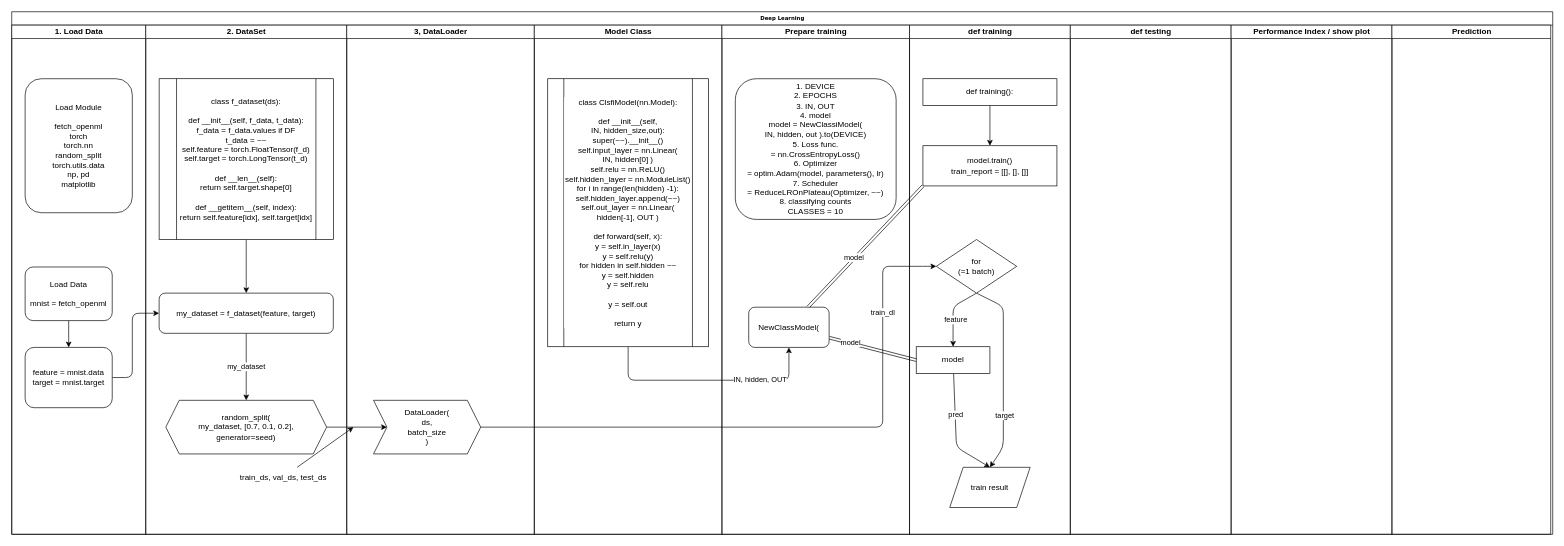
Before: EXAM_DL/DAY6_Mon/F_multi_hidden_layer.drawio in zeeenoo11/KDT5_Notes, a draw.io diagram. Source tidied: cells renumbered, new cells numbered last; positions are measured from the earlier drawing's top-left corner, leaving out a move shared by most shapes. Both pictures are drawn from the tidied source at 67%, with x=0, y=0 at pixel (11, 11).
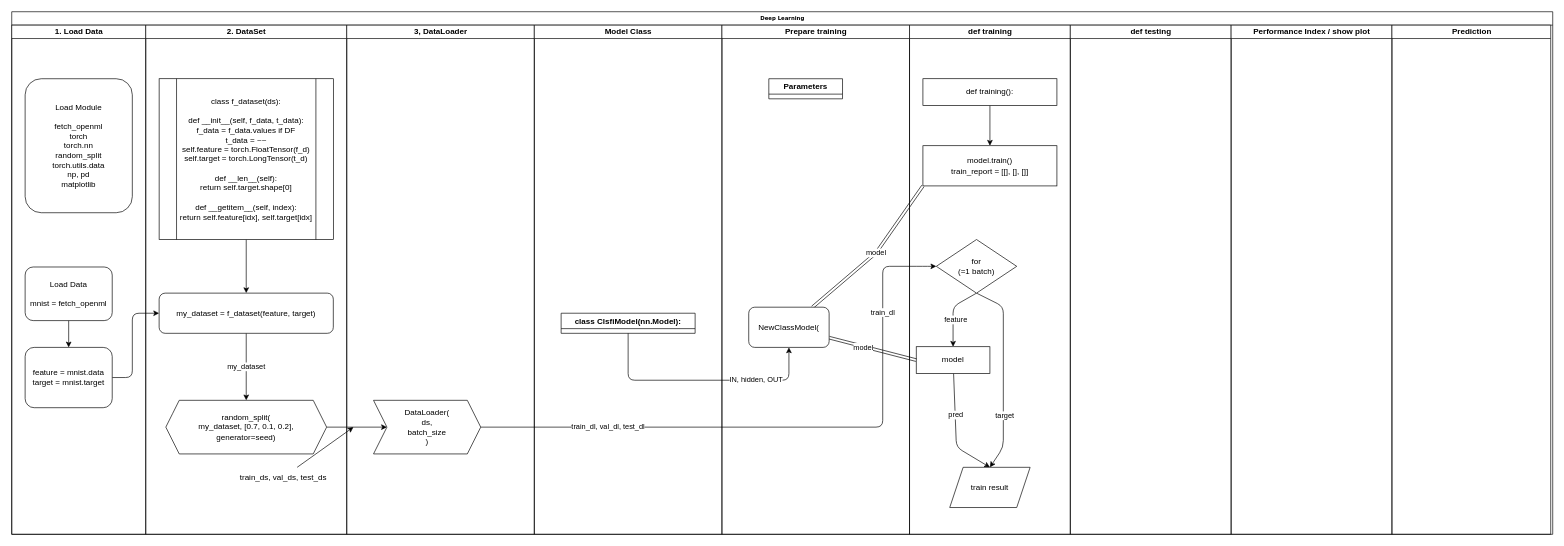
Above is the later version.

Unchanged cells that the change refers to:
```xml
<mxCell id="24" style="edgeStyle=none;sketch=0;html=1;exitX=1;exitY=0.5;exitDx=0;exitDy=0;entryX=0;entryY=0.5;entryDx=0;entryDy=0;labelBackgroundColor=default;strokeColor=default;fontColor=default;" parent="12" edge="1" source="26" target="40">
  <mxGeometry relative="1" as="geometry">
    <Array as="points">
      <mxPoint x="1300" y="620" />
      <mxPoint x="1300" y="380" />
      <mxPoint x="1360" y="380" />
    </Array>
  </mxGeometry>
</mxCell>
<mxCell id="35" value="model.train()&lt;br&gt;train_report = [[], [], []]" style="whiteSpace=wrap;html=1;labelBackgroundColor=default;strokeColor=default;fontColor=default;fillColor=default;" parent="12" vertex="1">
  <mxGeometry x="1360" y="200" width="200" height="60" as="geometry" />
</mxCell>
<mxCell id="45" style="edgeStyle=none;sketch=0;html=1;entryX=0;entryY=0.5;entryDx=0;entryDy=0;labelBackgroundColor=default;strokeColor=default;fontColor=default;shape=link;" parent="12" edge="1" source="49" target="43">
  <mxGeometry relative="1" as="geometry" />
</mxCell>
<mxCell id="49" value="NewClassModel(" style="rounded=1;whiteSpace=wrap;html=1;labelBackgroundColor=default;" parent="12" vertex="1">
  <mxGeometry x="1100" y="441" width="120" height="60" as="geometry" />
</mxCell>
```

The edit, as a diff of the source:
```diff
@@
+    <mxCell id="50" value="train_dl, val_dl, test_dl" style="edgeLabel;html=1;align=center;verticalAlign=middle;" parent="24" vertex="1">
+      <mxGeometry x="-0.59" y="2" relative="1" as="geometry" />
+    </mxCell>
@@
-    <mxCell id="29" style="edgeStyle=none;sketch=0;html=1;entryX=0.5;entryY=1;entryDx=0;entryDy=0;labelBackgroundColor=default;strokeColor=default;fontColor=default;" parent="12" edge="1" source="31" target="49">
+    <mxCell id="29" style="edgeStyle=none;sketch=0;html=1;entryX=0.5;entryY=1;entryDx=0;entryDy=0;labelBackgroundColor=default;strokeColor=default;fontColor=default;exitX=0.5;exitY=1;exitDx=0;exitDy=0;" parent="12" edge="1" source="51" target="49">
       <mxGeometry relative="1" as="geometry">
         <Array as="points">
           <mxPoint x="920" y="550" />
           <mxPoint x="1160" y="550" />
         </Array>
       </mxGeometry>
     </mxCell>
@@
-    <mxCell id="31" value="class ClsfiModel(nn.Model):&lt;br&gt;&lt;br&gt;def __init__(self, &lt;br&gt;IN, hidden_size,out):&lt;br&gt;super(~~).__init__()&lt;br&gt;self.input_layer = nn.Linear(&lt;br&gt;IN, hidden[0] )&lt;br&gt;self.relu = nn.ReLU()&lt;br&gt;self.hidden_layer = nn.ModuleList()&lt;br&gt;for i in range(len(hidden) -1):&lt;br&gt;self.hidden_layer.append(~~)&lt;br&gt;self.out_layer = nn.Linear( hidden[-1], OUT )&lt;br&gt;&lt;br&gt;def forward(self, x):&lt;br&gt;y = self.in_layer(x)&lt;br&gt;y = self.relu(y)&lt;br&gt;for hidden in self.hidden ~~&lt;br&gt;y = self.hidden&lt;br&gt;y = self.relu&lt;br&gt;&lt;br&gt;y = self.out&lt;br&gt;&lt;br&gt;return y" style="shape=process;whiteSpace=wrap;html=1;backgroundOutline=1;labelBackgroundColor=default;strokeColor=default;fontColor=default;fillColor=default;" parent="12" vertex="1">
-      <mxGeometry x="800" y="100" width="240" height="400" as="geometry" />
-    </mxCell>
-    <mxCell id="32" value="1. DEVICE&lt;br&gt;2. EPOCHS&lt;br&gt;3. IN, OUT&lt;br&gt;4. model&lt;br&gt;model = NewClassiModel(&lt;br&gt;IN, hidden, out ).to(DEVICE)&lt;br&gt;5. Loss func.&lt;br&gt;= nn.CrossEntropyLoss()&lt;br&gt;6. Optimizer&lt;br&gt;= optim.Adam(model, parameters(), lr)&lt;br&gt;7. Scheduler&lt;br&gt;= ReduceLROnPlateau(Optimizer, ~~)&lt;br&gt;8. classifying counts&lt;br&gt;CLASSES = 10" style="rounded=1;whiteSpace=wrap;html=1;labelBackgroundColor=default;strokeColor=default;fontColor=default;fillColor=default;" parent="12" vertex="1">
-      <mxGeometry x="1080" y="100" width="240" height="210" as="geometry" />
-    </mxCell>
@@
     <mxCell id="46" value="model" style="edgeLabel;html=1;align=center;verticalAlign=middle;fontColor=default;" parent="45" vertex="1">
-      <mxGeometry x="-0.52" y="1" relative="1" as="geometry" />
+      <mxGeometry x="-0.52" y="1" relative="1" as="geometry">
+        <mxPoint x="19" y="7" as="offset" />
+      </mxGeometry>
     </mxCell>
     <mxCell id="47" style="edgeStyle=none;sketch=0;html=1;entryX=0;entryY=1;entryDx=0;entryDy=0;labelBackgroundColor=default;strokeColor=default;fontColor=default;shape=link;" parent="12" edge="1" source="49" target="35">
-      <mxGeometry relative="1" as="geometry" />
+      <mxGeometry relative="1" as="geometry">
+        <Array as="points">
+          <mxPoint x="1290" y="360" />
+        </Array>
+      </mxGeometry>
     </mxCell>
     <mxCell id="48" value="model" style="edgeLabel;html=1;align=center;verticalAlign=middle;fontColor=default;" parent="47" vertex="1">
-      <mxGeometry x="-0.19" y="2" relative="1" as="geometry" />
+      <mxGeometry x="-0.19" y="2" relative="1" as="geometry">
+        <mxPoint x="20" y="-15" as="offset" />
+      </mxGeometry>
     </mxCell>
@@
+    <mxCell id="51" value="class ClsfiModel(nn.Model):" style="swimlane;" parent="12" vertex="1" collapsed="1">
+      <mxGeometry x="820" y="450" width="200" height="30" as="geometry" />
+    </mxCell>
+    <mxCell id="52" value="Parameters" style="swimlane;startSize=23;" parent="12" vertex="1" collapsed="1">
+      <mxGeometry x="1130" y="100" width="110" height="30" as="geometry" />
+    </mxCell>
```
